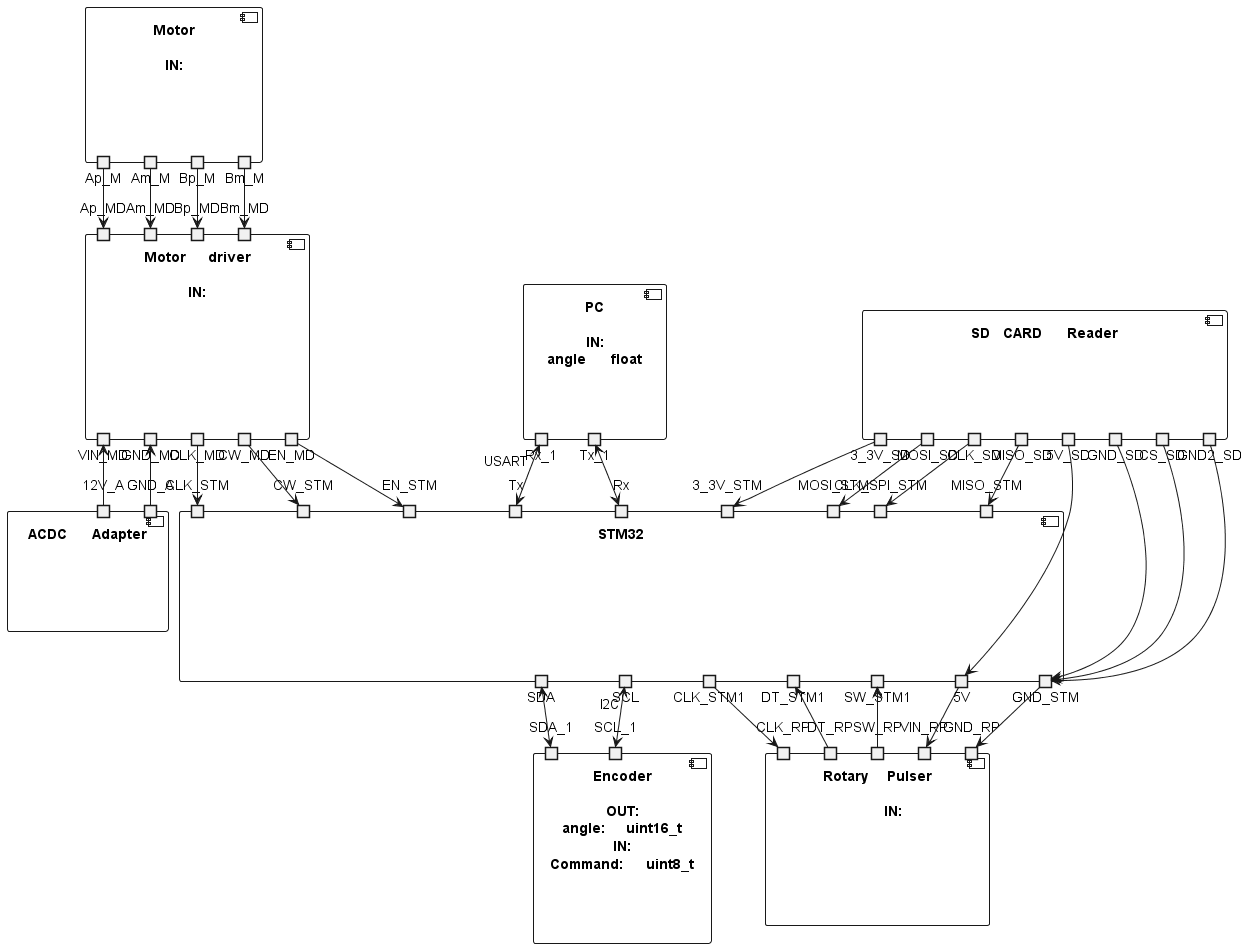
This is out/99_Docs/10_UML/graph5/graph5.png from Krasa35/angle-indicator, a PlantUML export, as it was before one commit.
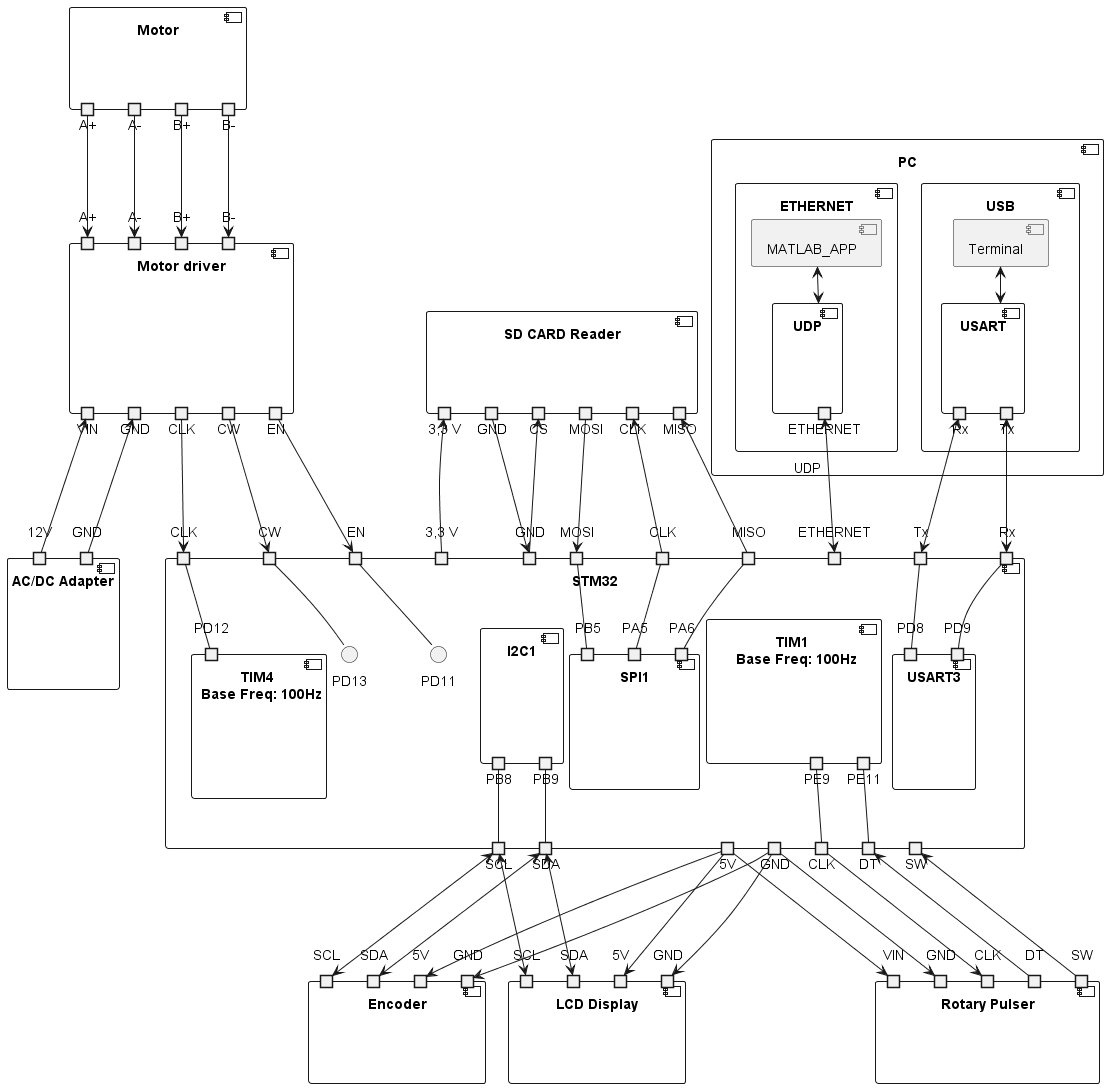
The same file after the commit.

Diff of the diagram source:
```diff
@@ -1,75 +1,130 @@
 @startuml
-component [Encoder\n\nOUT:\nangle:\tuint16_t\nIN:\nCommand:\tuint8_t]{
-    portin SDA_1
-    portin SCL_1
+component "Encoder" as Encoder{
+    portin "SDA" as SDA_1
+    portin "SCL" as SCL_1
+    portin "5V" as 5V_1
+    portin "GND" as GND_1
 }
 
-component STM32{
+component "STM32" as STM32{
+    portin "3,3 V" as 3_3V_STM
+    portin "CLK" as CLK_STM
+    portin "CW" as CW_STM
+    portin "EN" as EN_STM
+    portin "CLK" as CLK_SPI_STM
+    portin "MISO" as MISO_STM
+    portin "MOSI" as MOSI_STM
+    portin "ETHERNET" as ETH_STM
+    portin Rx
+    portin Tx
+
+    component USART3{
+        portin PD8
+        portin PD9
+    }
+    component "TIM1 \n Base Freq: 100Hz" as TIM1 {
+        portout PE9
+        portout PE11
+    }
+    component SPI1{
+        portin PA5
+        portin PA6
+        portin PB5
+    }
+    portin "GND" as GND_STM2
     portout SDA
     portout SCL
-    portout CLK_STM1
-    portout DT_STM1
-    portout SW_STM1
+    component I2C1{
+        portout PB8
+        portout PB9
+    }
+    component "TIM4 \n Base Freq: 100Hz" as TIM4 {
+        portin PD12
+    }
+    portout "CLK" as CLK_STM1
+    portout "DT" as DT_STM1
+    portout "SW" as SW_STM1
     portout 5V
-    portout GND_STM
-    portin 3_3V_STM
-    portin Rx
-    portin Tx
-    portin CLK_STM
-    portin CW_STM
-    portin EN_STM
-    portin CLK_SPI_STM
-    portin MISO_STM
-    portin MOSI_STM
+    portout "GND" as GND_STM
+    CLK_STM -- PD12
+    CW_STM -- PD13
+    EN_STM -- PD11
+    PB9 -- SDA
+    PB8 -- SCL
+    MISO_STM -- PA6
+    MOSI_STM -- PB5
+    CLK_SPI_STM -- PA5
+    PE9 -- CLK_STM1
+    PE11 -- DT_STM1
+    Tx -- PD8
+    Rx -- PD9
+
+
 }
 
-component [PC\n\nIN:\nangle\tfloat]{
-    portout Rx_1
-    portout Tx_1
+component "PC" as PC{
+    component USB{
+        component Terminal
+        component USART {
+            portout "Rx" as Rx_1
+            portout "Tx" as Tx_1
+            }
+        }
+    component ETHERNET{
+        component MATLAB_APP
+        component UDP {
+            portout "ETHERNET" as ETHERNET_PC
+        }
+    }
 }
 
-component [Motor\n\nIN:\n]{
-    portout Ap_M
-    portout Am_M
-    portout Bp_M
-    portout Bm_M
+component "Motor" as Motor{
+    portout "A+" as Ap_M
+    portout "A-" as Am_M
+    portout "B+" as Bp_M
+    portout "B-" as Bm_M
 }
 
-component [Motor\tdriver\n\nIN:\n]{
-    portin Ap_MD
-    portin Am_MD
-    portin Bp_MD
-    portin Bm_MD
-    portout CLK_MD
-    portout CW_MD
-    portout EN_MD
-    portout VIN_MD
-    portout GND_MD
+component "Motor driver" as MD{
+    portin "A+" as Ap_MD
+    portin "A-" as Am_MD
+    portin "B+" as Bp_MD
+    portin "B-" as Bm_MD
+    portout "CLK" as CLK_MD
+    portout "CW" as CW_MD
+    portout "EN" as EN_MD
+    portout "VIN" as VIN_MD
+    portout "GND" as GND_MD
 }
 
-component [Rotary\tPulser\n\n\tIN:\n]{
-    portin CLK_RP
-    portin DT_RP
-    portin SW_RP
-    portin VIN_RP
-    portin GND_RP
+component "Rotary Pulser" as Pulser{
+    portin "VIN" as VIN_RP
+    portin "GND" as GND_RP
+    portin "CLK" as CLK_RP
+    portin "DT" as DT_RP
+    portin "SW" as SW_RP
 }
 
-component [ACDC\tAdapter\n]{
-    portin 12V_A
-    portin GND_A
+component "AC/DC Adapter\n" as ACDC{
+    portin "12V" as 12V_A
+    portin "GND" as GND_A
 }
 
 
-component [SD\tCARD\tReader]{
-    portout 5V_SD
-    portout GND_SD
-    portout 3_3V_SD
-    portout MOSI_SD
-    portout CS_SD
-    portout CLK_SD
-    portout MISO_SD
-    portout GND2_SD
+component "SD CARD Reader" as SD_READER{
+    portout "GND" as GND_SD
+    portout "3,3 V" as 3_3V_SD
+    portout "CS" as CS_SD
+    portout "MOSI" as MOSI_SD
+    portout "CLK" as CLK_SD
+    portout "MISO" as MISO_SD
+}
+
+component "LCD Display" as LCD{
+    portin "SDA" as SDA_LCD
+    portin "SCL" as SCL_LCD
+    portin "5V" as 5V_LCD
+    portin "GND" as GND_LCD
 }
 
 
@@ -82,26 +137,43 @@
 Am_M --> Am_MD
 Bp_M --> Bp_MD
 Bm_M --> Bm_MD
-CLK_MD --> CLK_STM
-CW_MD --> CW_STM
-EN_MD --> EN_STM
-5V_SD --> 5V
-GND_SD --> GND_STM
-MISO_SD --> MISO_STM
-MOSI_SD --> MOSI_STM
-CLK_SD --> CLK_SPI_STM
-CS_SD --> GND_STM
-GND2_SD --> GND_STM
-3_3V_SD --> 3_3V_STM
-5V --> VIN_RP
-GND_STM --> GND_RP
-CLK_STM1 --> CLK_RP
-DT_STM1 <-- DT_RP
-SW_STM1 <-- SW_RP
-VIN_MD <-- 12V_A
-GND_MD <-- GND_A
-SDA  <-->         SDA_1
-SCL "I2C" <-->    SCL_1
-Tx_1       <-->   Rx
-Rx_1   "USART"    <-->   Tx
+
+CLK_MD ---> CLK_STM
+CW_MD ---> CW_STM
+EN_MD ---> EN_STM
+
+MISO_SD <--- MISO_STM
+MOSI_SD ---> MOSI_STM
+CLK_SD <--- CLK_SPI_STM
+CS_SD <--- GND_STM2
+GND_SD ---> GND_STM2
+3_3V_SD <--- 3_3V_STM
+
+
+
+Tx_1     <--->   Rx
+Rx_1  <--->   Tx
+Terminal <--> USART
+MATLAB_APP <--> UDP
+ETHERNET_PC "\n\nUDP" <--> ETH_STM
+
+
+5V ---> VIN_RP
+GND_STM ---> GND_RP
+CLK_STM1 ---> CLK_RP
+DT_STM1 <--- DT_RP
+SW_STM1 <--- SW_RP
+VIN_MD <--- 12V_A
+GND_MD <--- GND_A
+SDA  <---> SDA_1
+SCL <---> SCL_1
+SDA  <---> SDA_LCD
+SCL <---> SCL_LCD
+5V ---> 5V_LCD
+GND_STM ---> GND_LCD
+5V ---> 5V_1
+GND_STM ---> GND_1
+
+
+
 @enduml
```
